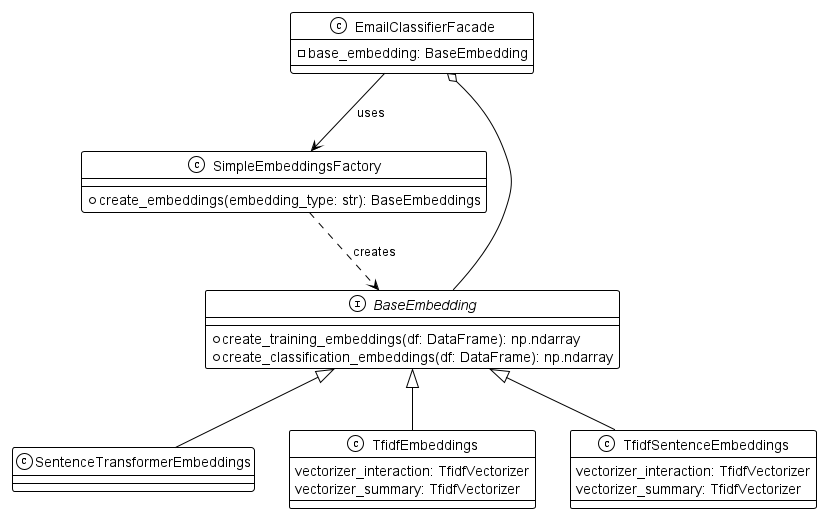
Before: out/uml/factory_pattern/factory_pattern.png, a diagram exported from PlantUML (chrnas/email-classifier).
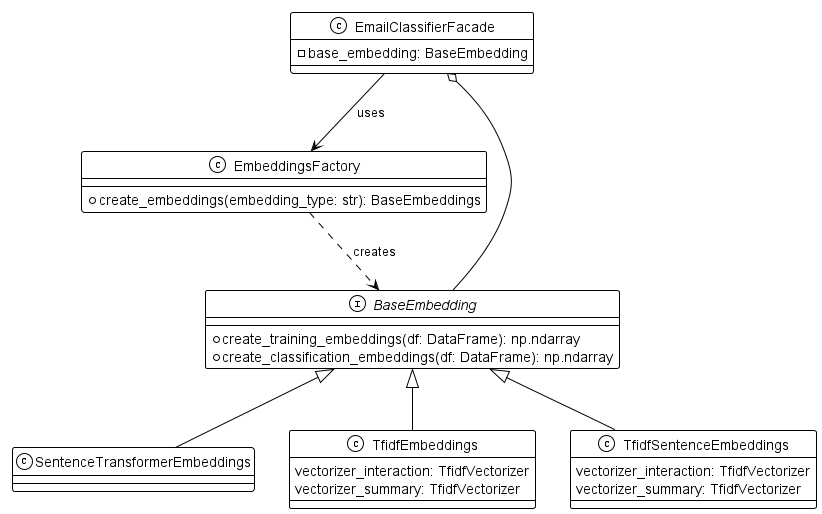
After the commit.

What changed in the source:
```diff
@@ -5,7 +5,7 @@
     - base_embedding: BaseEmbedding
 }
 
-class SimpleEmbeddingsFactory {
+class EmbeddingsFactory {
     + create_embeddings(embedding_type: str): BaseEmbeddings
 }
 
@@ -28,8 +28,8 @@
 }
 
 EmailClassifierFacade o-- BaseEmbedding
-EmailClassifierFacade --> SimpleEmbeddingsFactory: uses
-SimpleEmbeddingsFactory ..> BaseEmbedding : creates
+EmailClassifierFacade --> EmbeddingsFactory: uses
+EmbeddingsFactory ..> BaseEmbedding : creates
 BaseEmbedding <|-- SentenceTransformerEmbeddings
 BaseEmbedding <|-- TfidfEmbeddings
 BaseEmbedding <|-- TfidfSentenceEmbeddings
```
